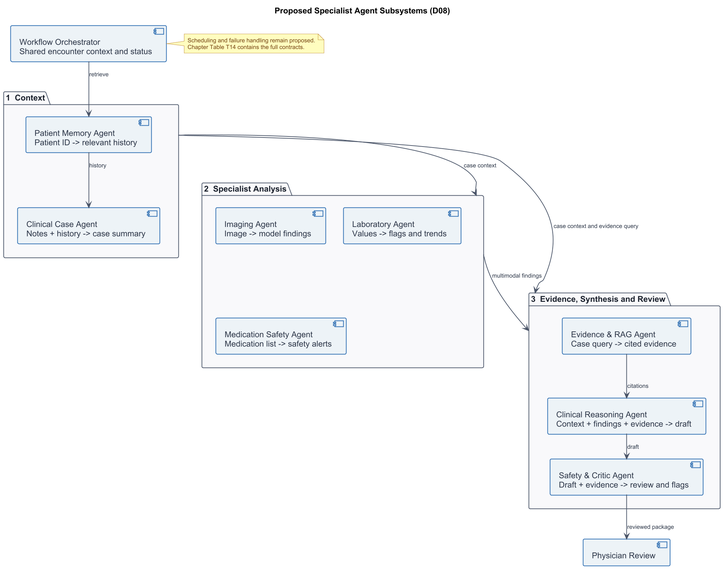
fatimamalik2307/fyp-report keeps this PlantUML diagram as Report template/Figures/esha_D08_agent_subsystems.png. Above is the earlier version.
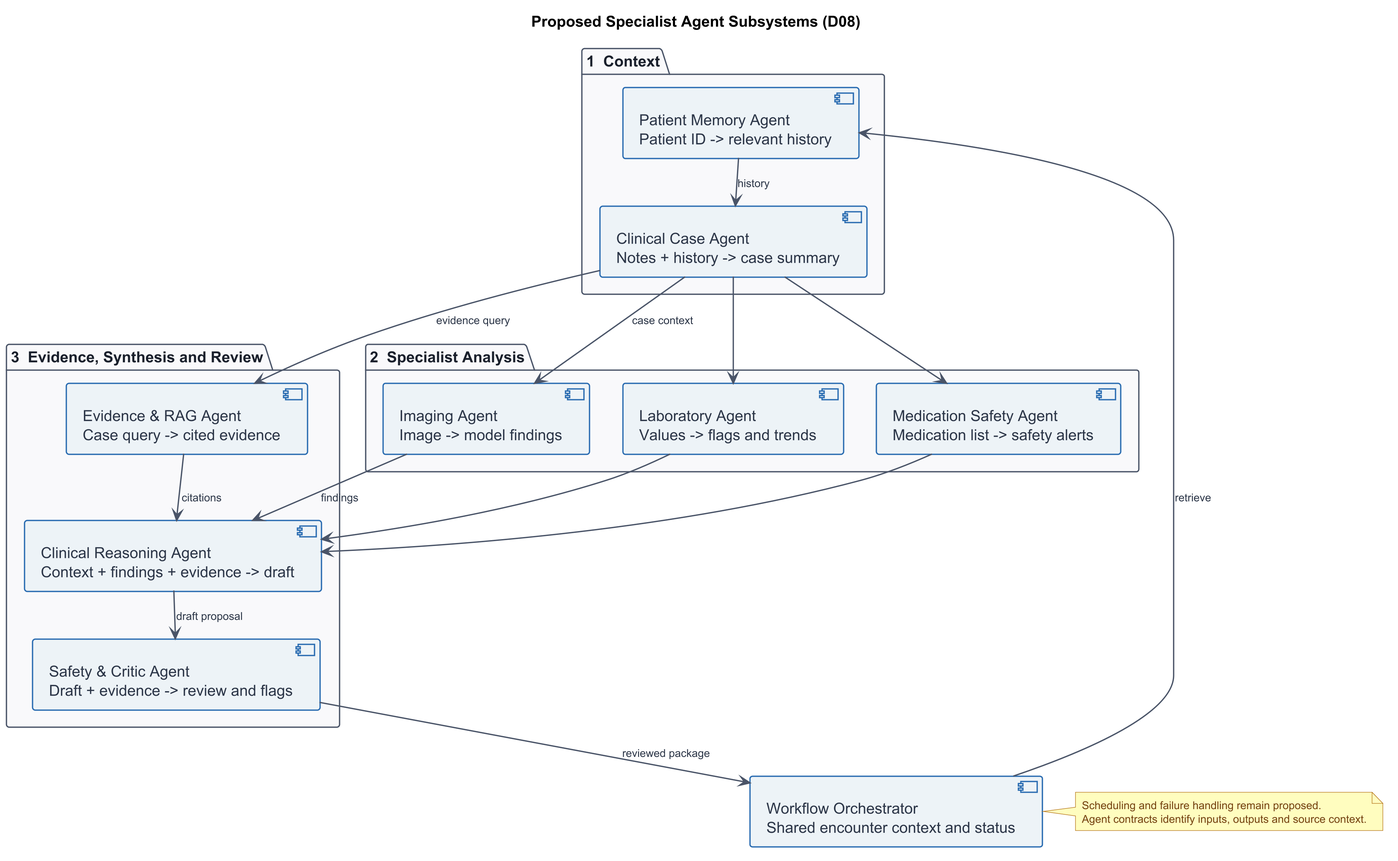
After the commit.

What changed in the source:
```diff
@@ -2,9 +2,9 @@
 top to bottom direction
 skinparam backgroundColor #FFFFFF
 skinparam shadowing false
-skinparam defaultFontName Arial
+skinparam defaultFontName "Helvetica", "Arial", sans-serif
 skinparam defaultFontSize 14
-skinparam dpi 160
+skinparam dpi 300
 skinparam nodesep 30
 skinparam ranksep 30
 
@@ -44,7 +44,6 @@
 package "1  Context" as IntakePkg {
     component [Patient Memory Agent\nPatient ID -> relevant history] as PMAgent
     component [Clinical Case Agent\nNotes + history -> case summary] as CCAgent
-    PMAgent --> CCAgent : history
 }
 
 package "2  Specialist Analysis" as SpecialistPkg {
@@ -57,19 +56,24 @@
     component [Evidence & RAG Agent\nCase query -> cited evidence] as RAGAgent
     component [Clinical Reasoning Agent\nContext + findings + evidence -> draft] as ReasoningAgent
     component [Safety & Critic Agent\nDraft + evidence -> review and flags] as CriticAgent
-    RAGAgent --> ReasoningAgent : citations
-    ReasoningAgent --> CriticAgent : draft
 }
 
 Engine --> PMAgent : retrieve
-IntakePkg --> SpecialistPkg : case context
-SpecialistPkg --> GovernancePkg : multimodal findings
-IntakePkg --> GovernancePkg : case context and evidence query
-CriticAgent --> [Physician Review] : reviewed package
+PMAgent --> CCAgent : history
+CCAgent --> ImgAgent : case context
+CCAgent --> LabAgent
+CCAgent --> MedAgent
+ImgAgent --> ReasoningAgent : findings
+LabAgent --> ReasoningAgent
+MedAgent --> ReasoningAgent
+CCAgent --> RAGAgent : evidence query
+RAGAgent --> ReasoningAgent : citations
+ReasoningAgent --> CriticAgent : draft proposal
+CriticAgent --> Engine : reviewed package
 
 note right of Engine
   Scheduling and failure handling remain proposed.
-  Chapter Table T14 contains the full contracts.
+  Agent contracts identify inputs, outputs and source context.
 end note
 
 @enduml
```
